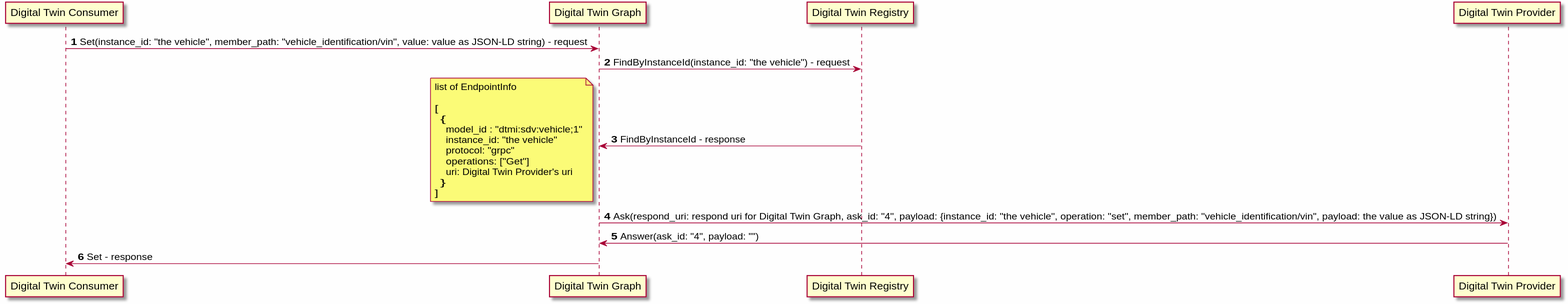
eclipse-ibeji/ibeji keeps this PlantUML diagram as docs/design/modules/digital_twin_graph/diagrams/set_sequence.svg. Above is the earlier version.
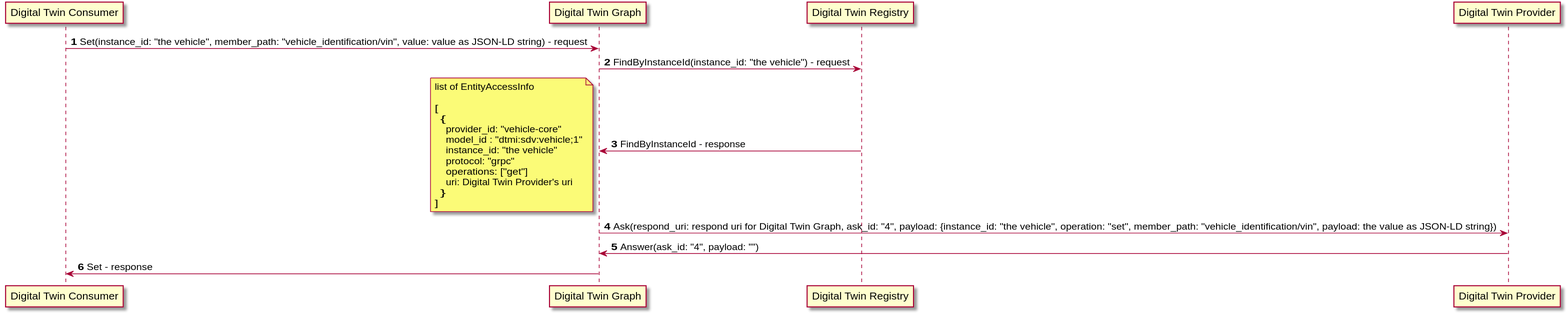
After the commit.

What changed in the source:
```diff
@@ -1,5 +1,4 @@
 @startuml
-skinparamlocked backgroundColor fefefe
 
 autonumber
 
@@ -13,14 +12,15 @@
 DIGITAL_TWIN_GRAPH -> DIGITAL_TWIN_REGISTRY: FindByInstanceId(instance_id: "the vehicle") - request
 DIGITAL_TWIN_GRAPH <- DIGITAL_TWIN_REGISTRY: FindByInstanceId - response
 note left
-  list of EndpointInfo
+  list of EntityAccessInfo
 
   [
     {
+      provider_id: "vehicle-core"
       model_id : "dtmi:sdv:vehicle;1"
       instance_id: "the vehicle"
       protocol: "grpc"
-      operations: ["Get"]
+      operations: ["get"]
       uri: Digital Twin Provider's uri
     }
   ]
```
